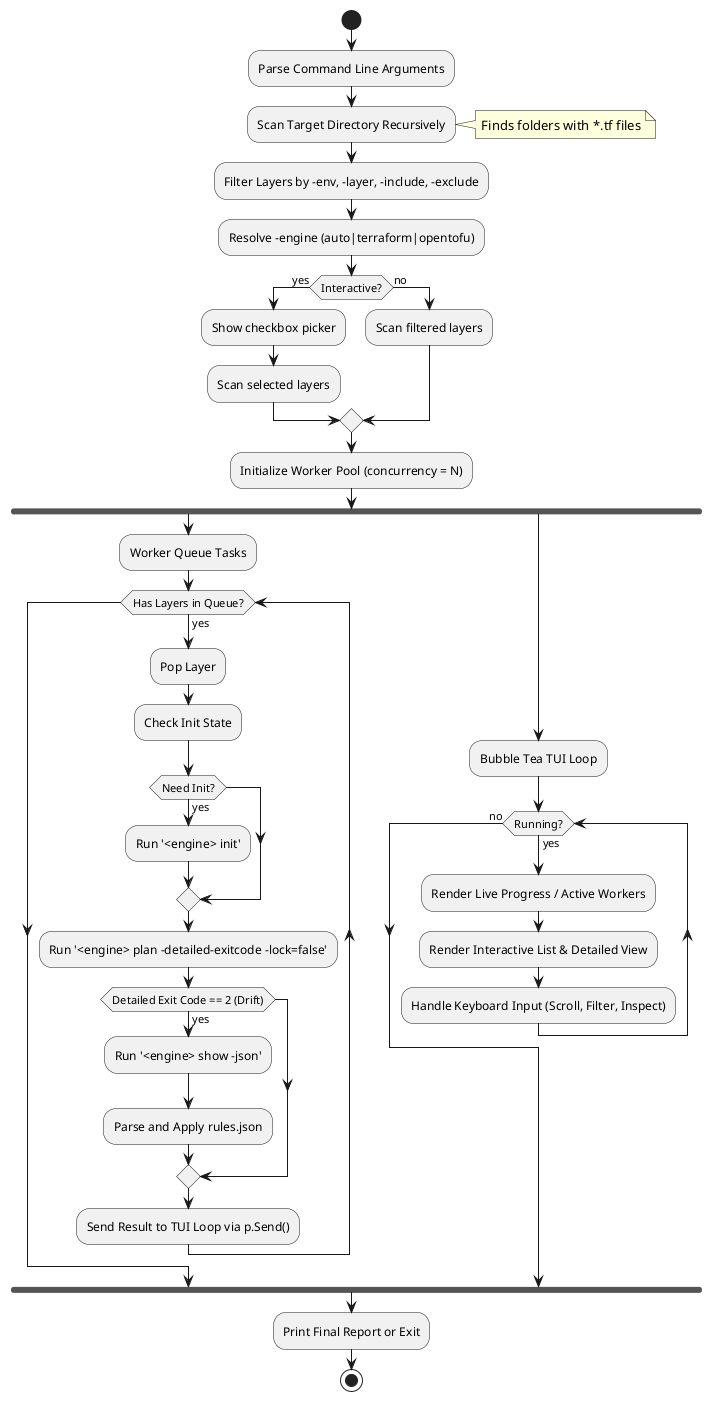
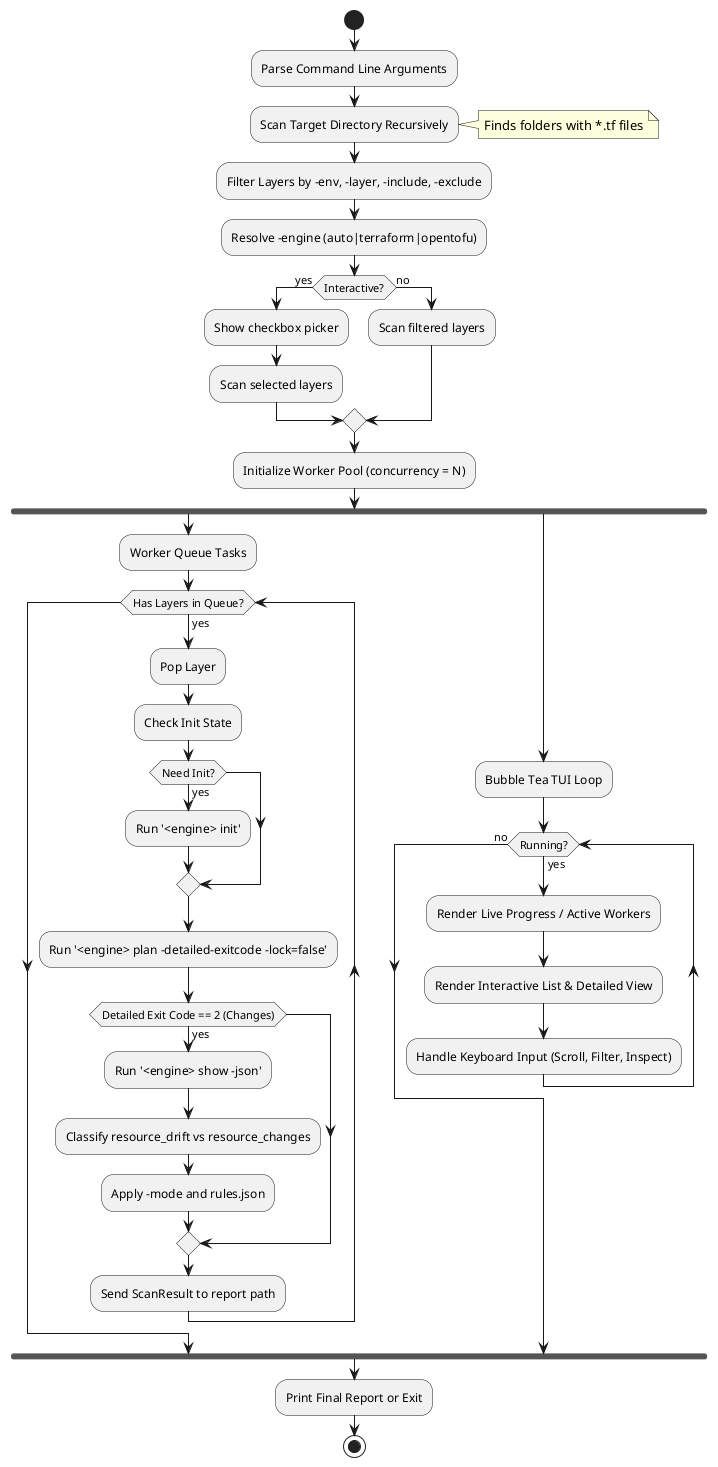
@startuml
skinparam backgroundColor transparent
skinparam defaultTextAlignment center

start
:Parse Command Line Arguments;
:Scan Target Directory Recursively;
note right: Finds folders with *.tf files
:Filter Layers by -env, -layer, -include, -exclude;
:Resolve -engine (auto|terraform|opentofu);
if (Interactive?) then (yes)
  :Show checkbox picker;
  :Scan selected layers;
else (no)
  :Scan filtered layers;
endif
:Initialize Worker Pool (concurrency = N);
fork
  :Worker Queue Tasks;
  while (Has Layers in Queue?) is (yes)
    :Pop Layer;
    :Check Init State;
    if (Need Init?) then (yes)
      :Run '<engine> init';
    endif
    :Run '<engine> plan -detailed-exitcode -lock=false';
-     if (Detailed Exit Code == 2 (Drift)) then (yes)
+     if (Detailed Exit Code == 2 (Changes)) then (yes)
      :Run '<engine> show -json';
-       :Parse and Apply rules.json;
+       :Classify resource_drift vs resource_changes;
+       :Apply -mode and rules.json;
    endif
-     :Send Result to TUI Loop via p.Send();
+     :Send ScanResult to report path;
  endwhile
fork again
  :Bubble Tea TUI Loop;
  while (Running?) is (yes)
    :Render Live Progress / Active Workers;
    :Render Interactive List & Detailed View;
    :Handle Keyboard Input (Scroll, Filter, Inspect);
  endwhile (no)
end fork
:Print Final Report or Exit;
stop
@enduml
